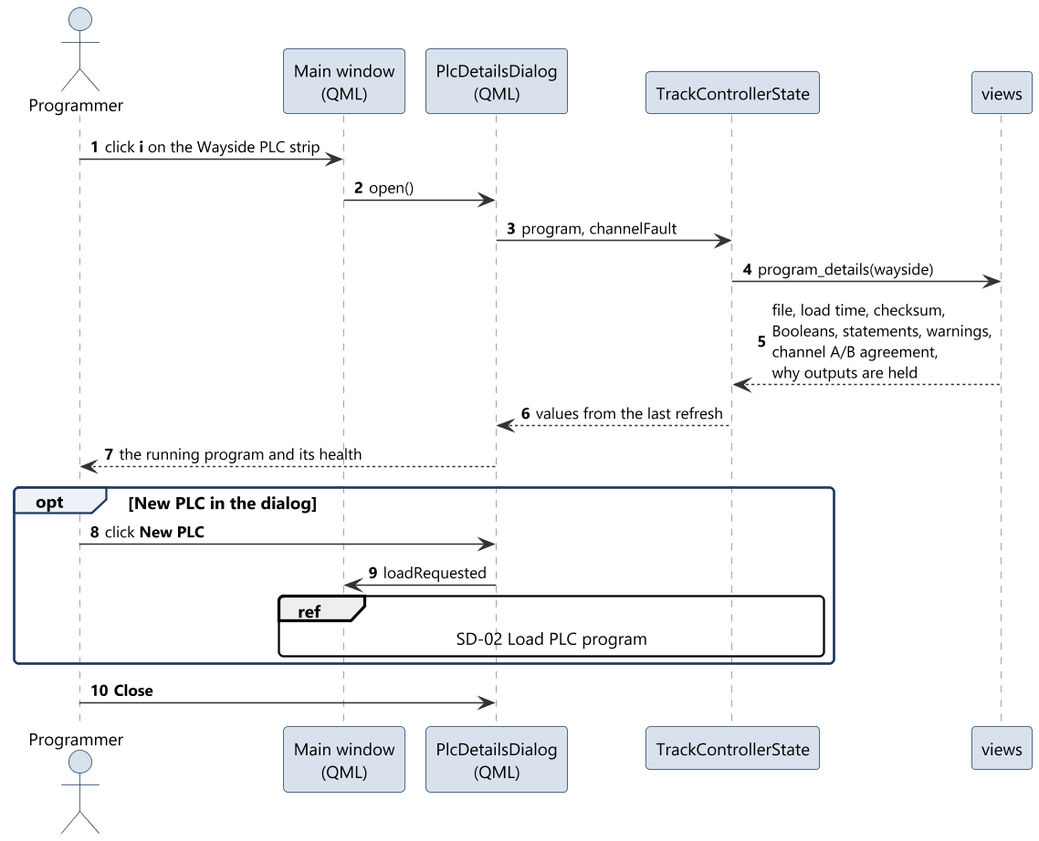
The PlantUML diagram documents/uml/track_ctrl_hw/sd05_plc_details.png in Landiss04/Track-Overflow, before a commit. Source of this version:
```plantuml
@startuml sd05_plc_details
!include ../style.iuml
autonumber

actor Programmer as P
participant "Main window\n(QML)" as QML
participant "PlcDetailsDialog\n(QML)" as Details
participant "TrackControllerState" as State
participant "views" as Views

P -> QML : click **i** on the Wayside PLC strip
QML -> Details : open()
Details -> State : program, channelFault
State -> Views : program_details(wayside)
Views --> State : file, load time, checksum,\nBooleans, statements, warnings,\nchannel A/B agreement,\nwhy outputs are held
State --> Details : values from the last refresh
Details --> P : the running program and its health
opt **New PLC** in the dialog
  P -> Details : click **New PLC**
  Details -> QML : loadRequested
  ref over QML, State : SD-02 Load PLC program
end
P -> Details : **Close**
@enduml
```
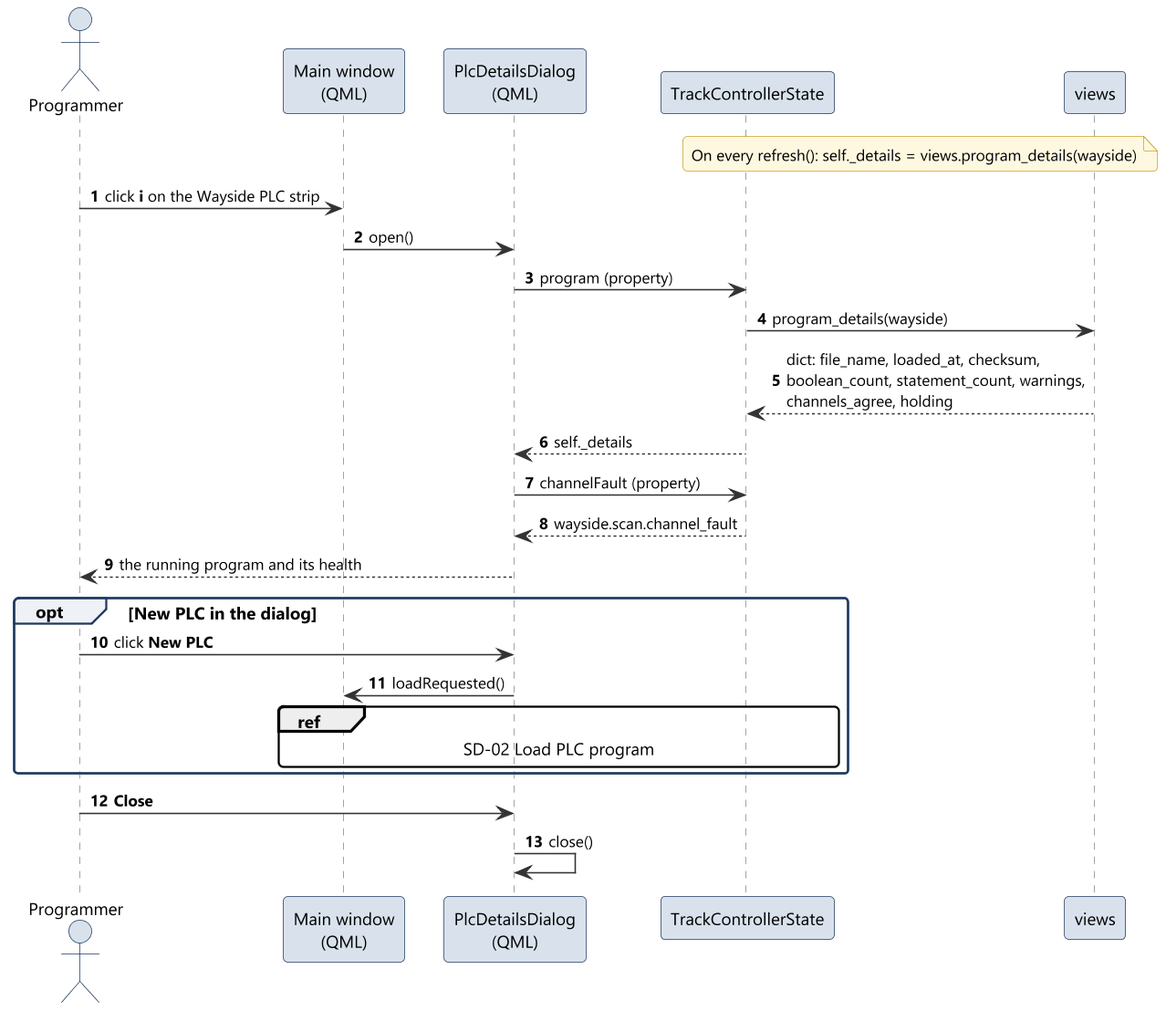
After the change.

Diff of the diagram source:
```diff
@@ -8,17 +8,23 @@
 participant "TrackControllerState" as State
 participant "views" as Views
 
+note over State, Views
+  On every refresh(): self._details = views.program_details(wayside)
+end note
 P -> QML : click **i** on the Wayside PLC strip
 QML -> Details : open()
-Details -> State : program, channelFault
+Details -> State : program (property)
 State -> Views : program_details(wayside)
-Views --> State : file, load time, checksum,\nBooleans, statements, warnings,\nchannel A/B agreement,\nwhy outputs are held
-State --> Details : values from the last refresh
+Views --> State : dict: file_name, loaded_at, checksum,\nboolean_count, statement_count, warnings,\nchannels_agree, holding
+State --> Details : self._details
+Details -> State : channelFault (property)
+State --> Details : wayside.scan.channel_fault
 Details --> P : the running program and its health
 opt **New PLC** in the dialog
   P -> Details : click **New PLC**
-  Details -> QML : loadRequested
+  Details -> QML : loadRequested()
   ref over QML, State : SD-02 Load PLC program
 end
 P -> Details : **Close**
+Details -> Details : close()
 @enduml
```
